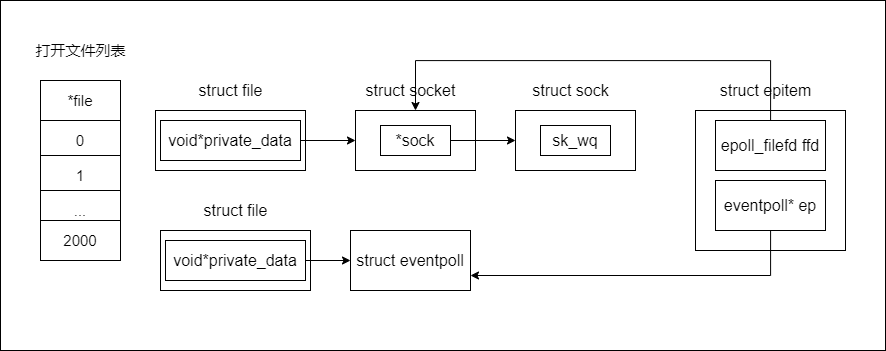
This is data/epoll_init_epitem.drawio.png from mo-xiaoxiu/imagefrommyblog, a draw.io export, as it was before one commit. Source tidied: cells renumbered, new cells last; positions are measured from the earlier drawing's top-left corner, leaving out a move shared by most shapes.
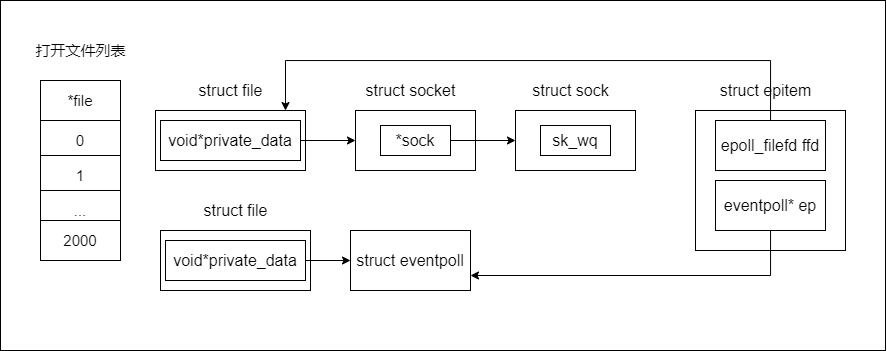
Later version of the same file.

What changed in the source:
```diff
@@ -74,11 +74,13 @@
     <mxCell id="25" value="struct epitem" style="text;html=1;align=center;verticalAlign=middle;strokeColor=none;fillColor=none;fontSize=16;" parent="1" vertex="1">
       <mxGeometry x="710" y="80" width="110" height="20" as="geometry" />
     </mxCell>
-    <mxCell id="26" style="edgeStyle=orthogonalEdgeStyle;rounded=0;jettySize=auto;html=1;entryX=0.5;entryY=0;entryDx=0;entryDy=0;fontSize=16;" parent="1" edge="1" source="27" target="13">
+    <mxCell id="26" style="edgeStyle=orthogonalEdgeStyle;rounded=0;jettySize=auto;html=1;fontSize=16;" parent="1" edge="1" source="27">
       <mxGeometry relative="1" as="geometry">
+        <mxPoint x="285" y="110" as="targetPoint" />
         <Array as="points">
           <mxPoint x="770" y="60" />
-          <mxPoint x="415" y="60" />
+          <mxPoint x="285" y="60" />
+          <mxPoint x="285" y="110" />
         </Array>
       </mxGeometry>
     </mxCell>
```
